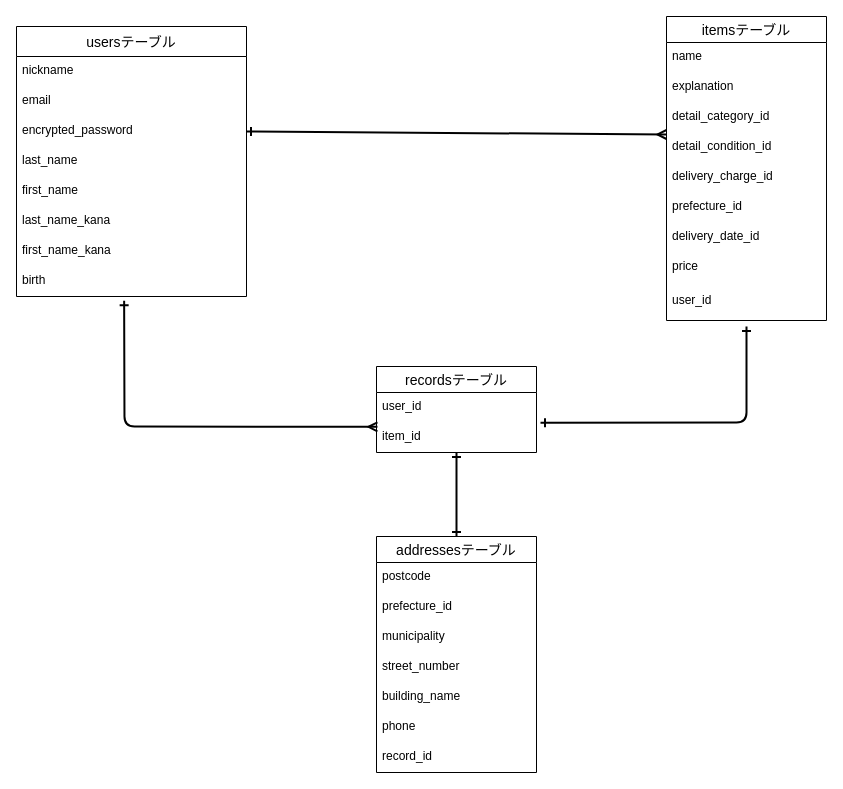
This is furima.dio from haji-me/furima-37814, a draw.io file, before an edit. Source tidied: cells renumbered, new cells numbered last; positions are measured from the earlier drawing's top-left corner, leaving out a move shared by most shapes. Both pictures are drawn from the tidied source at 100%, with x=0, y=0 at pixel (16, 16).
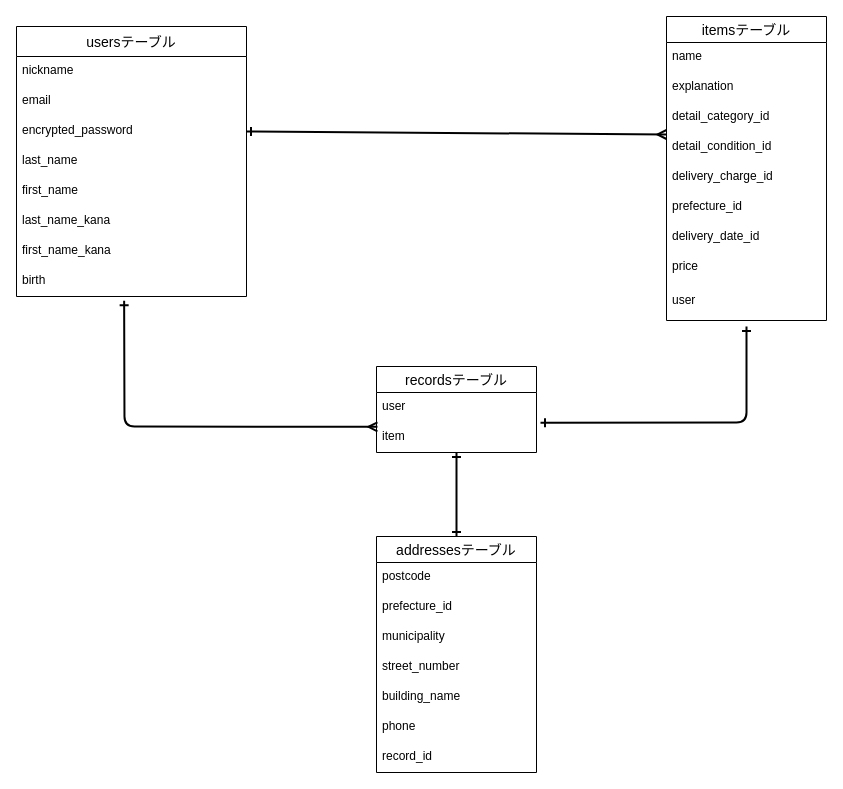
The same diagram, later.

Commit message (it also covers changes not shown here):
データベース設計の修正⑤

The change refers to these unchanged cells:
```xml
<mxCell id="11" value="itemsテーブル" style="swimlane;fontStyle=0;horizontal=1;startSize=26;align=center;fontSize=14;" parent="1" vertex="1">
  <mxGeometry x="650" width="160" height="304" as="geometry" />
</mxCell>
<mxCell id="31" value="recordsテーブル" style="swimlane;fontStyle=0;horizontal=1;startSize=26;align=center;fontSize=14;" parent="1" vertex="1">
  <mxGeometry x="360" y="350" width="160" height="86" as="geometry" />
</mxCell>
```

Diff of the diagram source:
```diff
@@
-    <mxCell id="20" value="user_id" style="text;strokeColor=none;fillColor=none;spacingLeft=4;spacingRight=4;overflow=hidden;points=[[0,0.5],[1,0.5]];portConstraint=eastwest;fontSize=12;" parent="11" vertex="1">
+    <mxCell id="20" value="user" style="text;strokeColor=none;fillColor=none;spacingLeft=4;spacingRight=4;overflow=hidden;points=[[0,0.5],[1,0.5]];portConstraint=eastwest;fontSize=12;" parent="11" vertex="1">
       <mxGeometry y="270" width="160" height="34" as="geometry" />
     </mxCell>
@@
-    <mxCell id="32" value="user_id" style="text;strokeColor=none;fillColor=none;spacingLeft=4;spacingRight=4;overflow=hidden;points=[[0,0.5],[1,0.5]];portConstraint=eastwest;fontSize=12;" parent="31" vertex="1">
+    <mxCell id="32" value="user" style="text;strokeColor=none;fillColor=none;spacingLeft=4;spacingRight=4;overflow=hidden;points=[[0,0.5],[1,0.5]];portConstraint=eastwest;fontSize=12;" parent="31" vertex="1">
       <mxGeometry y="26" width="160" height="30" as="geometry" />
     </mxCell>
-    <mxCell id="33" value="item_id" style="text;strokeColor=none;fillColor=none;spacingLeft=4;spacingRight=4;overflow=hidden;points=[[0,0.5],[1,0.5]];portConstraint=eastwest;fontSize=12;" parent="31" vertex="1">
+    <mxCell id="33" value="item" style="text;strokeColor=none;fillColor=none;spacingLeft=4;spacingRight=4;overflow=hidden;points=[[0,0.5],[1,0.5]];portConstraint=eastwest;fontSize=12;" parent="31" vertex="1">
       <mxGeometry y="56" width="160" height="30" as="geometry" />
     </mxCell>
```
